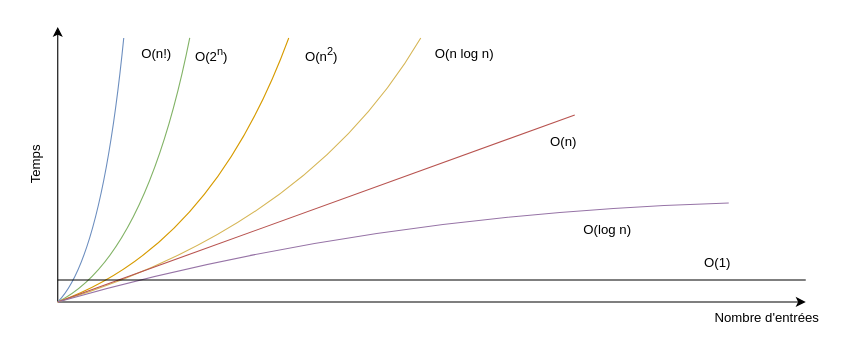
Before: docs/assets/images/complexity.drawio in heig-tin-info/handbook, a draw.io diagram. Source tidied: cells renumbered, new cells numbered last; positions are measured from the earlier drawing's top-left corner, leaving out a move shared by most shapes. Both pictures are drawn from the tidied source at 110%, with x=0, y=0 at pixel (2, 26).
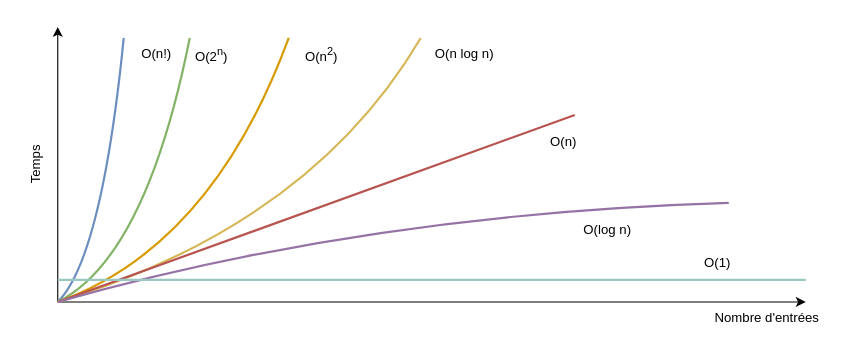
After the change.

Diff of the diagram source:
```diff
@@
-    <mxCell id="6" style="curved=1;endArrow=none;html=1;rounded=0;endFill=0;fillColor=#dae8fc;strokeColor=#6c8ebf;" parent="1" edge="1">
+    <mxCell id="6" style="curved=1;endArrow=none;html=1;rounded=0;endFill=0;fillColor=#dae8fc;strokeColor=#6c8ebf;strokeWidth=2;" parent="1" edge="1">
       <mxGeometry relative="1" as="geometry">
         <mxPoint x="50" y="250" as="sourcePoint" />
         <mxPoint x="110" y="10" as="targetPoint" />
         <Array as="points">
           <mxPoint x="90" y="210" />
         </Array>
       </mxGeometry>
     </mxCell>
@@
-    <mxCell id="8" style="curved=1;endArrow=none;html=1;rounded=0;endFill=0;fillColor=#d5e8d4;strokeColor=#82b366;" parent="1" edge="1">
+    <mxCell id="8" style="curved=1;endArrow=none;html=1;rounded=0;endFill=0;fillColor=#d5e8d4;strokeColor=#82b366;strokeWidth=2;" parent="1" edge="1">
       <mxGeometry relative="1" as="geometry">
         <mxPoint x="50" y="250" as="sourcePoint" />
         <mxPoint x="170" y="10" as="targetPoint" />
         <Array as="points">
           <mxPoint x="130" y="210" />
         </Array>
       </mxGeometry>
     </mxCell>
@@
-    <mxCell id="10" style="curved=1;endArrow=none;html=1;rounded=0;endFill=0;fillColor=#ffe6cc;strokeColor=#d79b00;" parent="1" edge="1">
+    <mxCell id="10" style="curved=1;endArrow=none;html=1;rounded=0;endFill=0;fillColor=#ffe6cc;strokeColor=#d79b00;strokeWidth=2;" parent="1" edge="1">
       <mxGeometry relative="1" as="geometry">
         <mxPoint x="50" y="250" as="sourcePoint" />
         <mxPoint x="260" y="10" as="targetPoint" />
         <Array as="points">
           <mxPoint x="190" y="200" />
         </Array>
       </mxGeometry>
     </mxCell>
@@
-    <mxCell id="12" style="curved=1;endArrow=none;html=1;rounded=0;endFill=0;fillColor=#fff2cc;strokeColor=#d6b656;" parent="1" edge="1">
+    <mxCell id="12" style="curved=1;endArrow=none;html=1;rounded=0;endFill=0;fillColor=#fff2cc;strokeColor=#d6b656;strokeWidth=2;" parent="1" edge="1">
       <mxGeometry relative="1" as="geometry">
         <mxPoint x="50" y="250" as="sourcePoint" />
         <mxPoint x="380" y="10" as="targetPoint" />
         <Array as="points">
           <mxPoint x="280" y="180" />
         </Array>
       </mxGeometry>
     </mxCell>
@@
-    <mxCell id="14" style="endArrow=none;html=1;rounded=0;fillColor=#f8cecc;strokeColor=#b85450;" parent="1" edge="1">
+    <mxCell id="14" style="endArrow=none;html=1;rounded=0;fillColor=#f8cecc;strokeColor=#b85450;strokeWidth=2;" parent="1" edge="1">
       <mxGeometry relative="1" as="geometry">
         <mxPoint x="50" y="250" as="sourcePoint" />
         <mxPoint x="520" y="80" as="targetPoint" />
       </mxGeometry>
     </mxCell>
@@
-    <mxCell id="16" style="curved=1;endArrow=none;html=1;rounded=0;endFill=0;fillColor=#e1d5e7;strokeColor=#9673a6;" parent="1" edge="1">
+    <mxCell id="16" style="curved=1;endArrow=none;html=1;rounded=0;endFill=0;fillColor=#e1d5e7;strokeColor=#9673a6;strokeWidth=2;" parent="1" edge="1">
       <mxGeometry relative="1" as="geometry">
         <mxPoint x="50" y="250" as="sourcePoint" />
         <mxPoint x="660" y="160" as="targetPoint" />
         <Array as="points">
           <mxPoint x="330" y="170" />
         </Array>
       </mxGeometry>
     </mxCell>
@@
-    <mxCell id="18" style="endArrow=none;html=1;rounded=0;" parent="1" edge="1">
+    <mxCell id="18" style="endArrow=none;html=1;rounded=0;strokeWidth=2;strokeColor=#9AC7BF;" parent="1" edge="1">
       <mxGeometry relative="1" as="geometry">
         <mxPoint x="50" y="230" as="sourcePoint" />
         <mxPoint x="730" y="230" as="targetPoint" />
       </mxGeometry>
     </mxCell>
```
